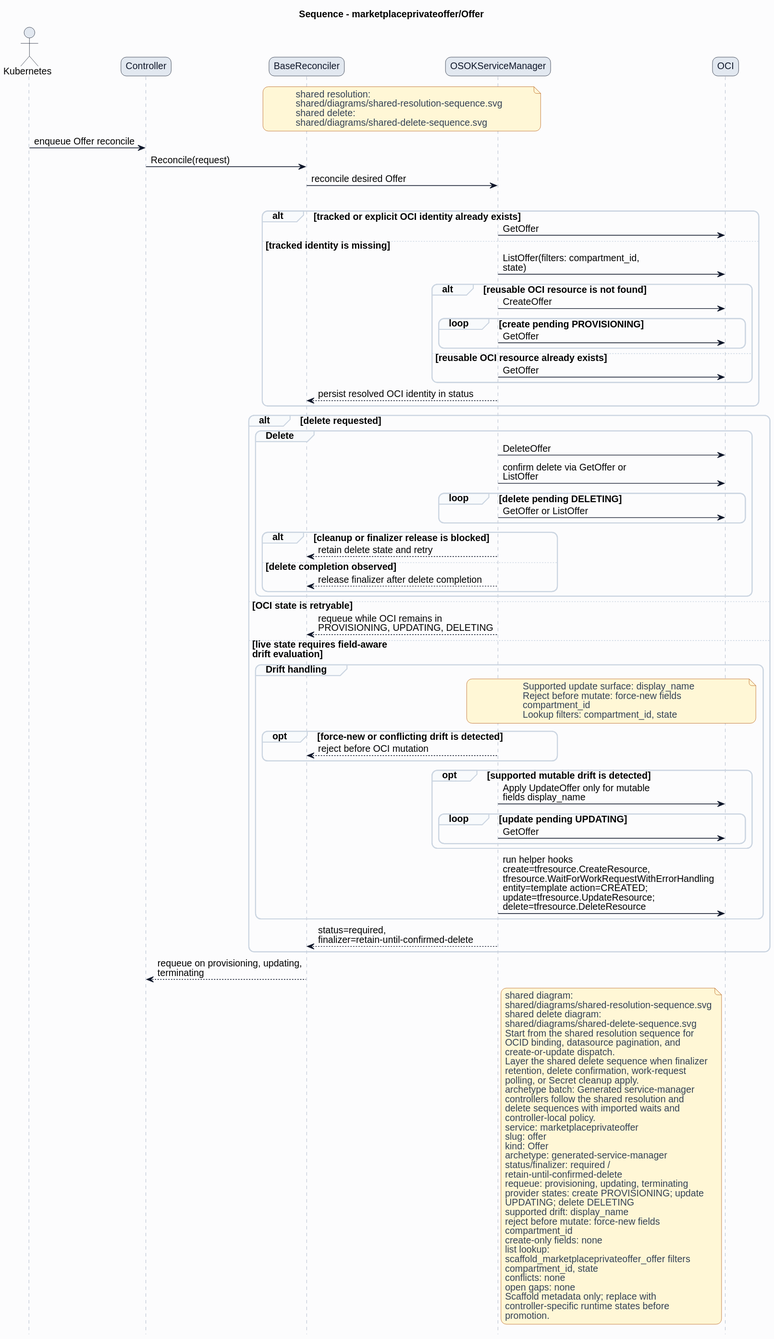
Above: formal/controllers/marketplaceprivateoffer/offer/diagrams/sequence.svg in HaoyL666/oci-service-operator (PlantUML), before the change. The source it was exported from:
```plantuml
@startuml
skinparam shadowing false
skinparam backgroundColor #fcfcfd
skinparam defaultFontName Helvetica
skinparam defaultFontSize 14
skinparam arrowColor #0f172a
skinparam noteBackgroundColor #fff7d6
skinparam noteBorderColor #b45309
skinparam noteFontColor #334155
skinparam roundcorner 16
title Sequence - marketplaceprivateoffer/Offer
hide footbox
skinparam sequence {
  actorBorderColor #0f172a
  actorBackgroundColor #e2e8f0
  participantBorderColor #0f172a
  participantBackgroundColor #e2e8f0
  participantFontColor #0f172a
  lifeLineBorderColor #94a3b8
  groupBorderColor #cbd5e1
  groupBackgroundColor #f8fafc
}
actor Kubernetes
participant Controller
participant BaseReconciler
participant "OSOKServiceManager" as ServiceManager
participant OCI
note over BaseReconciler,ServiceManager
shared resolution:
shared/diagrams/shared-resolution-sequence.svg
shared delete:
shared/diagrams/shared-delete-sequence.svg
end note
Kubernetes -> Controller: enqueue Offer reconcile
Controller -> BaseReconciler: Reconcile(request)
BaseReconciler -> ServiceManager: reconcile desired Offer
group Lookup and bind
alt tracked or explicit OCI identity already exists
ServiceManager -> OCI: GetOffer
else tracked identity is missing
ServiceManager -> OCI: ListOffer(filters: compartment_id,\nstate)
alt reusable OCI resource is not found
ServiceManager -> OCI: CreateOffer
loop create pending PROVISIONING
ServiceManager -> OCI: GetOffer
end
else reusable OCI resource already exists
ServiceManager -> OCI: GetOffer
end
ServiceManager --> BaseReconciler: persist resolved OCI identity in status
end
alt delete requested
group Delete
ServiceManager -> OCI: DeleteOffer
ServiceManager -> OCI: confirm delete via GetOffer or\nListOffer
loop delete pending DELETING
ServiceManager -> OCI: GetOffer or ListOffer
end
alt cleanup or finalizer release is blocked
ServiceManager --> BaseReconciler: retain delete state and retry
else delete completion observed
ServiceManager --> BaseReconciler: release finalizer after delete completion
end
end
else OCI state is retryable
ServiceManager --> BaseReconciler: requeue while OCI remains in\nPROVISIONING, UPDATING, DELETING
else live state requires field-aware\ndrift evaluation
group Drift handling
note over ServiceManager,OCI
Supported update surface: display_name
Reject before mutate: force-new fields
compartment_id
Lookup filters: compartment_id, state
end note
opt force-new or conflicting drift is detected
ServiceManager --> BaseReconciler: reject before OCI mutation
end
opt supported mutable drift is detected
ServiceManager -> OCI: Apply UpdateOffer only for mutable\nfields display_name
loop update pending UPDATING
ServiceManager -> OCI: GetOffer
end
end
ServiceManager -> OCI: run helper hooks\ncreate=tfresource.CreateResource,\ntfresource.WaitForWorkRequestWithErrorHandling\nentity=template action=CREATED;\nupdate=tfresource.UpdateResource;\ndelete=tfresource.DeleteResource
end
ServiceManager --> BaseReconciler: status=required,\nfinalizer=retain-until-confirmed-delete
end
BaseReconciler --> Controller: requeue on provisioning, updating,\nterminating
note right of ServiceManager
shared diagram:
shared/diagrams/shared-resolution-sequence.svg
shared delete diagram:
shared/diagrams/shared-delete-sequence.svg
Start from the shared resolution sequence for
OCID binding, datasource pagination, and
create-or-update dispatch.
Layer the shared delete sequence when finalizer
retention, delete confirmation, work-request
polling, or Secret cleanup apply.
archetype batch: Generated service-manager
controllers follow the shared resolution and
delete sequences with imported waits and
controller-local policy.
service: marketplaceprivateoffer
slug: offer
kind: Offer
archetype: generated-service-manager
status/finalizer: required /
retain-until-confirmed-delete
requeue: provisioning, updating, terminating
provider states: create PROVISIONING; update
UPDATING; delete DELETING
supported drift: display_name
reject before mutate: force-new fields
compartment_id
create-only fields: none
list lookup:
scaffold_marketplaceprivateoffer_offer filters
compartment_id, state
conflicts: none
open gaps: none
Scaffold metadata only; replace with
controller-specific runtime states before
promotion.
end note
@enduml
```
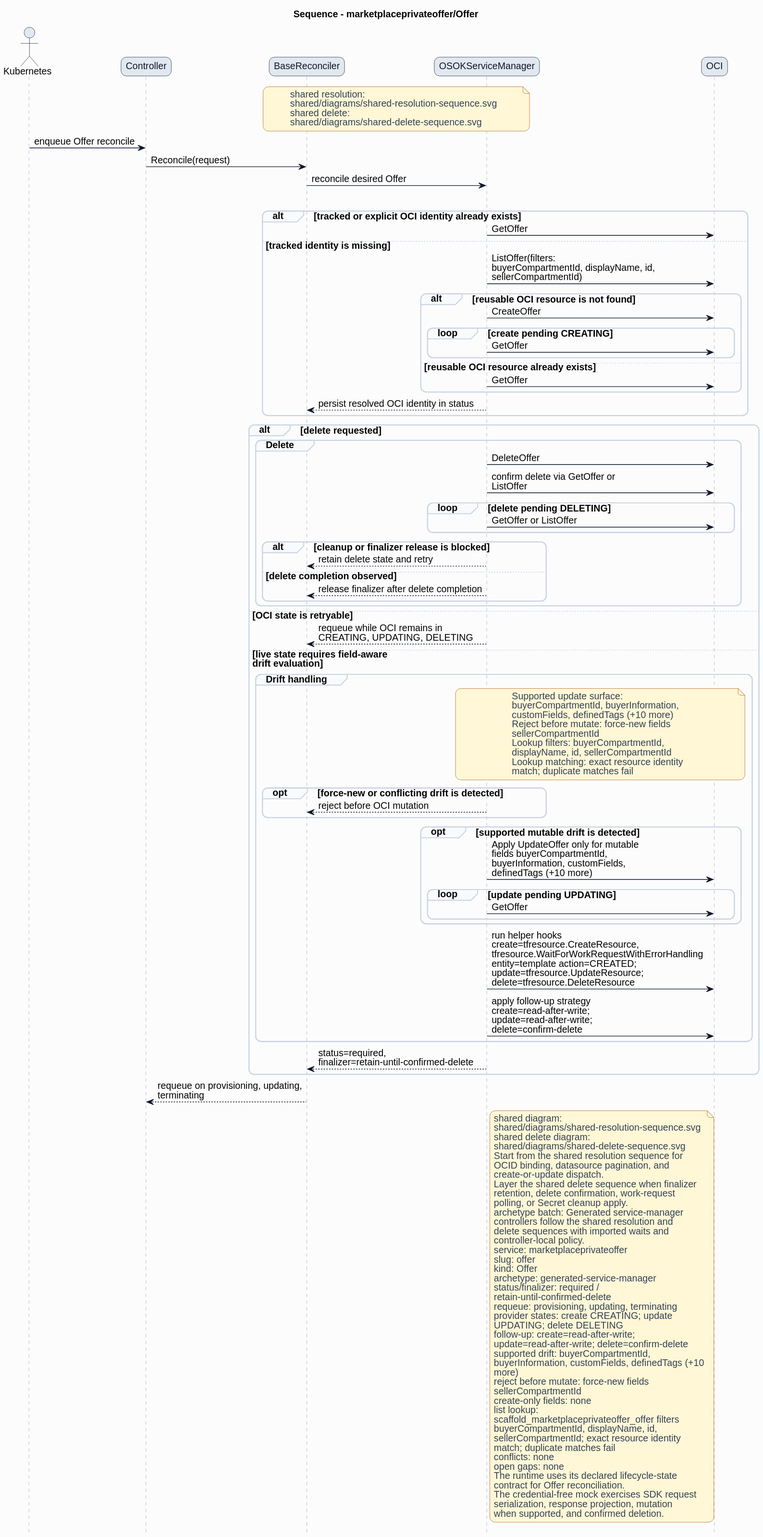
After the change.

What changed in the source:
```diff
@@ -38,10 +38,10 @@
 alt tracked or explicit OCI identity already exists
 ServiceManager -> OCI: GetOffer
 else tracked identity is missing
-ServiceManager -> OCI: ListOffer(filters: compartment_id,\nstate)
+ServiceManager -> OCI: ListOffer(filters:\nbuyerCompartmentId, displayName, id,\nsellerCompartmentId)
 alt reusable OCI resource is not found
 ServiceManager -> OCI: CreateOffer
-loop create pending PROVISIONING
+loop create pending CREATING
 ServiceManager -> OCI: GetOffer
 end
 else reusable OCI resource already exists
@@ -63,25 +63,31 @@
 end
 end
 else OCI state is retryable
-ServiceManager --> BaseReconciler: requeue while OCI remains in\nPROVISIONING, UPDATING, DELETING
+ServiceManager --> BaseReconciler: requeue while OCI remains in\nCREATING, UPDATING, DELETING
 else live state requires field-aware\ndrift evaluation
 group Drift handling
 note over ServiceManager,OCI
-Supported update surface: display_name
+Supported update surface:
+buyerCompartmentId, buyerInformation,
+customFields, definedTags (+10 more)
 Reject before mutate: force-new fields
-compartment_id
-Lookup filters: compartment_id, state
+sellerCompartmentId
+Lookup filters: buyerCompartmentId,
+displayName, id, sellerCompartmentId
+Lookup matching: exact resource identity
+match; duplicate matches fail
 end note
 opt force-new or conflicting drift is detected
 ServiceManager --> BaseReconciler: reject before OCI mutation
 end
 opt supported mutable drift is detected
-ServiceManager -> OCI: Apply UpdateOffer only for mutable\nfields display_name
+ServiceManager -> OCI: Apply UpdateOffer only for mutable\nfields buyerCompartmentId,\nbuyerInformation, customFields,\ndefinedTags (+10 more)
 loop update pending UPDATING
 ServiceManager -> OCI: GetOffer
 end
 end
 ServiceManager -> OCI: run helper hooks\ncreate=tfresource.CreateResource,\ntfresource.WaitForWorkRequestWithErrorHandling\nentity=template action=CREATED;\nupdate=tfresource.UpdateResource;\ndelete=tfresource.DeleteResource
+ServiceManager -> OCI: apply follow-up strategy\ncreate=read-after-write;\nupdate=read-after-write;\ndelete=confirm-delete
 end
 ServiceManager --> BaseReconciler: status=required,\nfinalizer=retain-until-confirmed-delete
 end
@@ -108,19 +114,27 @@
 status/finalizer: required /
 retain-until-confirmed-delete
 requeue: provisioning, updating, terminating
-provider states: create PROVISIONING; update
+provider states: create CREATING; update
 UPDATING; delete DELETING
-supported drift: display_name
+follow-up: create=read-after-write;
+update=read-after-write; delete=confirm-delete
+supported drift: buyerCompartmentId,
+buyerInformation, customFields, definedTags (+10
+more)
 reject before mutate: force-new fields
-compartment_id
+sellerCompartmentId
 create-only fields: none
 list lookup:
 scaffold_marketplaceprivateoffer_offer filters
-compartment_id, state
+buyerCompartmentId, displayName, id,
+sellerCompartmentId; exact resource identity
+match; duplicate matches fail
 conflicts: none
 open gaps: none
-Scaffold metadata only; replace with
-controller-specific runtime states before
-promotion.
+The runtime uses its declared lifecycle-state
+contract for Offer reconciliation.
+The credential-free mock exercises SDK request
+serialization, response projection, mutation
+when supported, and confirmed deletion.
 end note
 @enduml
```
